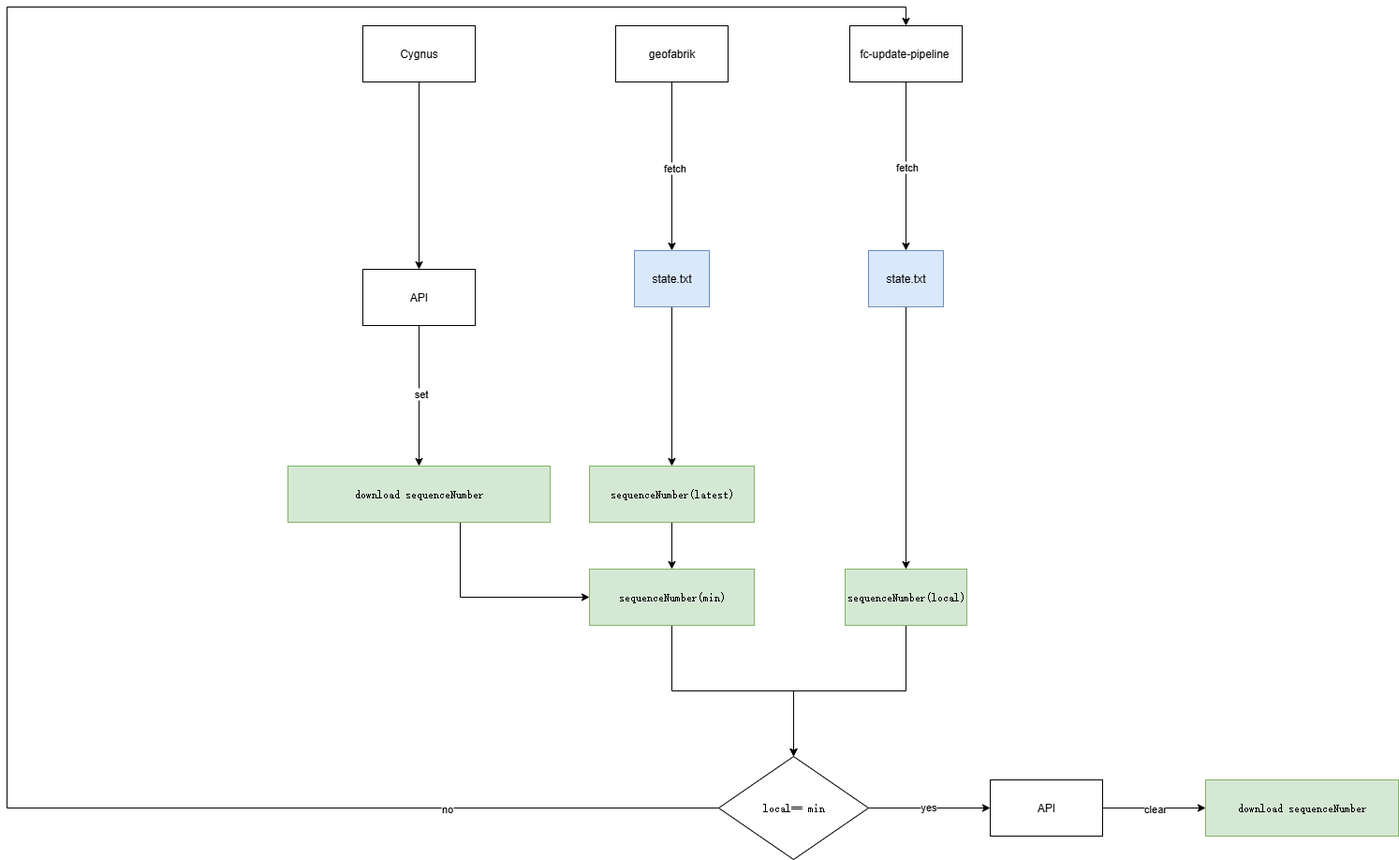
472542625/drawio keeps this draw.io diagram as fc update.drawio.png. Above is the earlier version. Source tidied: cells renumbered, new cells last; positions are measured from the earlier drawing's top-left corner, leaving out a move shared by most shapes.
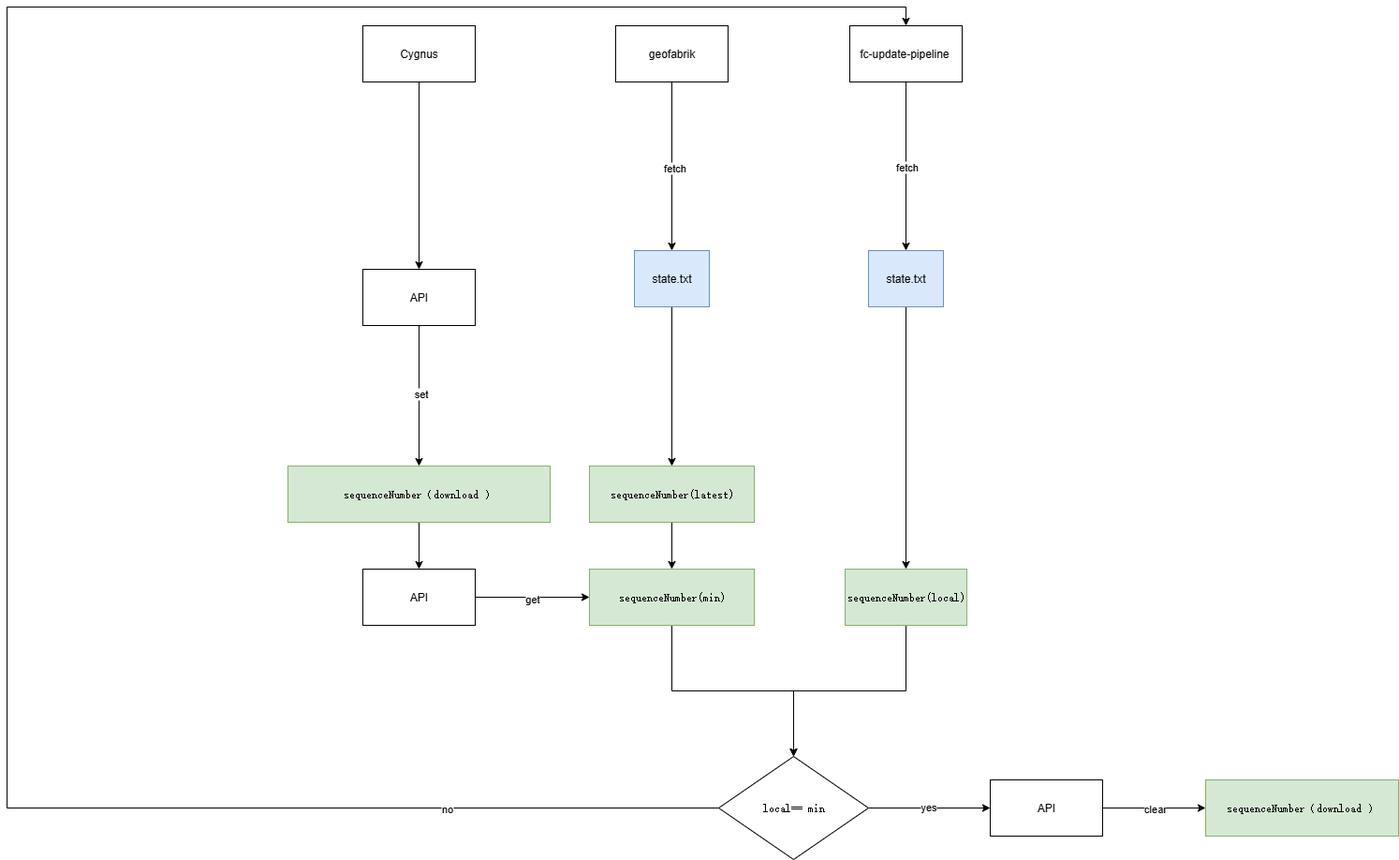
The same file after the commit.

What changed in the source:
```diff
@@ -55,14 +55,10 @@
     <mxCell id="16" value="no" style="edgeLabel;html=1;align=center;verticalAlign=middle;" parent="15" vertex="1">
       <mxGeometry x="-0.78" relative="1" as="geometry" />
     </mxCell>
-    <mxCell id="17" style="edgeStyle=orthogonalEdgeStyle;rounded=0;jettySize=auto;html=1;entryX=0;entryY=0.5;entryDx=0;entryDy=0;" parent="1" edge="1" source="18" target="24">
-      <mxGeometry relative="1" as="geometry">
-        <Array as="points">
-          <mxPoint x="484" y="630" />
-        </Array>
-      </mxGeometry>
-    </mxCell>
+    <mxCell id="34" style="edgeStyle=orthogonalEdgeStyle;rounded=0;jettySize=auto;html=1;" parent="1" edge="1" source="18" target="37">
+      <mxGeometry relative="1" as="geometry" />
+    </mxCell>
-    <mxCell id="18" value="&lt;pre style=&quot;text-align: start; overflow-wrap: break-word; text-wrap-mode: wrap;&quot;&gt;download sequenceNumber&lt;/pre&gt;" style="rounded=0;whiteSpace=wrap;html=1;fillColor=#d5e8d4;strokeColor=#82b366;" parent="1" vertex="1">
+    <mxCell id="18" value="&lt;pre style=&quot;text-align: start; overflow-wrap: break-word; text-wrap-mode: wrap;&quot;&gt;sequenceNumber（download ）&lt;/pre&gt;" style="rounded=0;whiteSpace=wrap;html=1;fillColor=#d5e8d4;strokeColor=#82b366;" parent="1" vertex="1">
       <mxGeometry x="300" y="490" width="280" height="60" as="geometry" />
     </mxCell>
     <mxCell id="19" style="edgeStyle=orthogonalEdgeStyle;rounded=0;jettySize=auto;html=1;" parent="1" edge="1" source="20" target="24">
@@ -92,7 +88,7 @@
     <mxCell id="27" value="&lt;pre style=&quot;text-align: start; overflow-wrap: break-word; text-wrap-mode: wrap;&quot;&gt;local== min&lt;/pre&gt;" style="rhombus;whiteSpace=wrap;html=1;" parent="1" vertex="1">
       <mxGeometry x="760" y="800" width="160" height="110" as="geometry" />
     </mxCell>
-    <mxCell id="28" value="&lt;pre style=&quot;text-align: start; overflow-wrap: break-word; text-wrap-mode: wrap;&quot;&gt;&lt;pre style=&quot;overflow-wrap: break-word; text-wrap-mode: wrap;&quot;&gt;download sequenceNumber&lt;/pre&gt;&lt;/pre&gt;" style="rounded=0;whiteSpace=wrap;html=1;fillColor=#d5e8d4;strokeColor=#82b366;" parent="1" vertex="1">
+    <mxCell id="28" value="&lt;pre style=&quot;text-align: start; overflow-wrap: break-word; text-wrap-mode: wrap;&quot;&gt;&lt;pre style=&quot;overflow-wrap: break-word; text-wrap-mode: wrap;&quot;&gt;sequenceNumber（download ）&lt;/pre&gt;&lt;/pre&gt;" style="rounded=0;whiteSpace=wrap;html=1;fillColor=#d5e8d4;strokeColor=#82b366;" parent="1" vertex="1">
       <mxGeometry x="1280" y="825" width="206" height="60" as="geometry" />
     </mxCell>
     <mxCell id="29" value="Cygnus" style="rounded=0;whiteSpace=wrap;html=1;" parent="1" vertex="1">
@@ -110,5 +106,14 @@
     <mxCell id="33" value="API" style="rounded=0;whiteSpace=wrap;html=1;" parent="1" vertex="1">
       <mxGeometry x="380" y="280" width="120" height="60" as="geometry" />
     </mxCell>
+    <mxCell id="35" style="edgeStyle=orthogonalEdgeStyle;rounded=0;jettySize=auto;html=1;entryX=0;entryY=0.5;entryDx=0;entryDy=0;" parent="1" edge="1" source="37" target="24">
+      <mxGeometry relative="1" as="geometry" />
+    </mxCell>
+    <mxCell id="36" value="get" style="edgeLabel;html=1;align=center;verticalAlign=middle;" parent="35" vertex="1">
+      <mxGeometry x="-0.02" y="-1" relative="1" as="geometry" />
+    </mxCell>
+    <mxCell id="37" value="API" style="rounded=0;whiteSpace=wrap;html=1;" parent="1" vertex="1">
+      <mxGeometry x="380" y="600" width="120" height="60" as="geometry" />
+    </mxCell>
   </root>
 </mxGraphModel>
```
